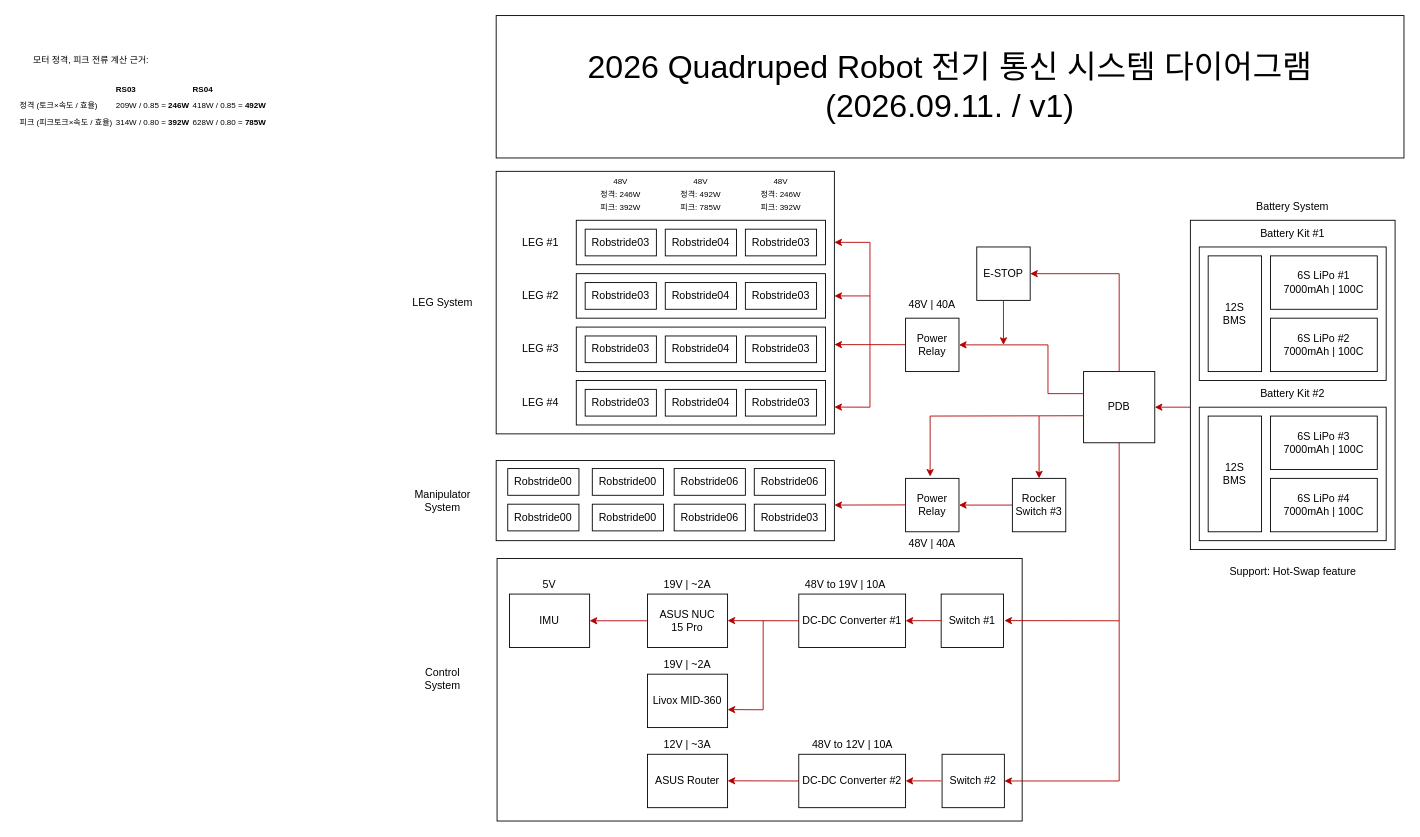
Earlier version of the draw.io diagram System_Architecture/ROBIT_2026_Quadruped_Robot_Electronic_Communication_System.drawio (kinesis19/rescue-embedded-circuit). Source tidied: cells renumbered, new cells numbered last; positions are measured from the earlier drawing's top-left corner, leaving out a move shared by most shapes. Both pictures are drawn from the tidied source at 89%, with x=0, y=0 at pixel (15, 15).
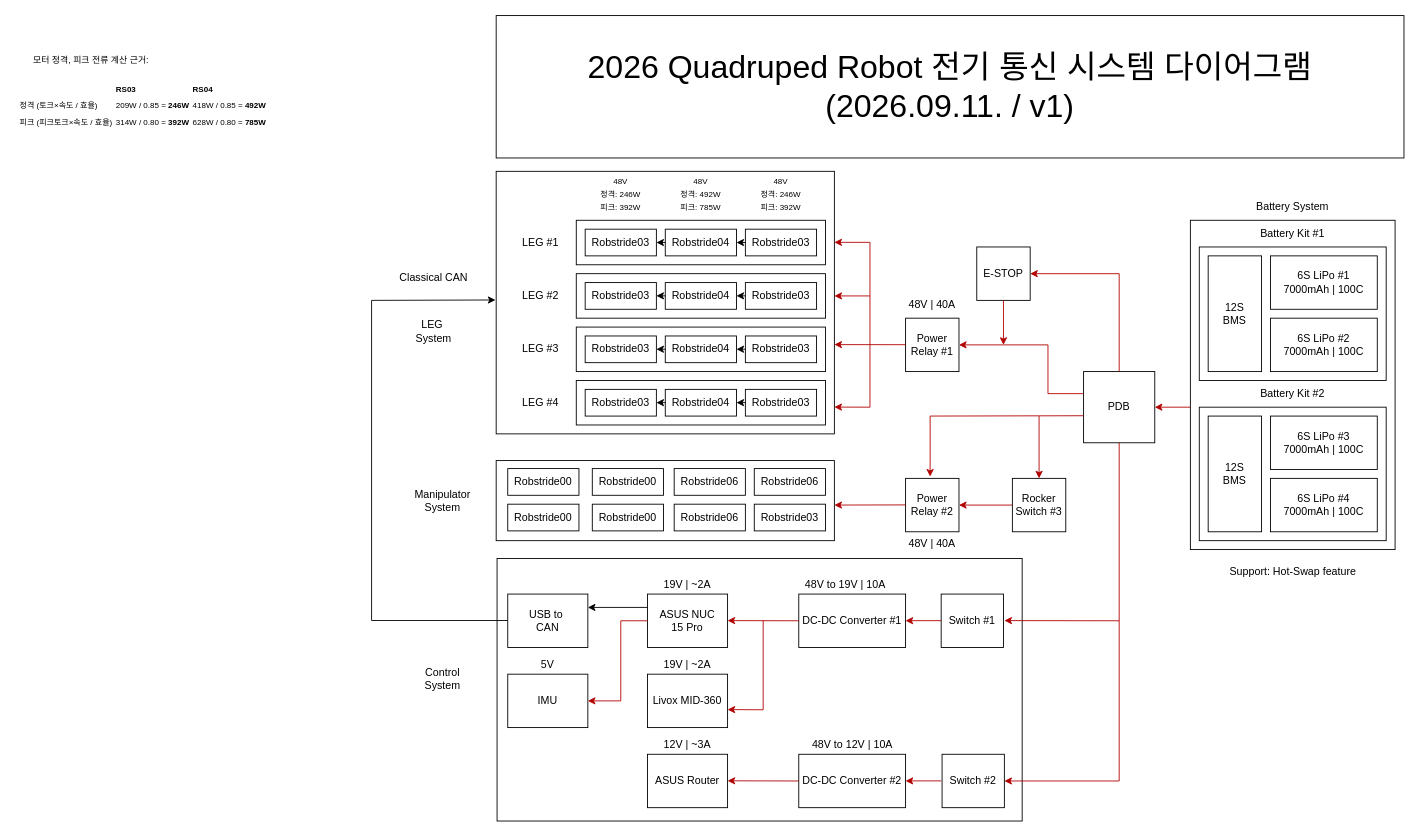
The same page after the edit.

The change refers to these unchanged cells:
```xml
<mxCell id="4" style="rounded=0;whiteSpace=wrap;html=1;" parent="1" vertex="1">
  <mxGeometry x="540" y="175" width="380" height="295" as="geometry" />
</mxCell>
<mxCell id="27" value="Robstride04" style="rounded=0;whiteSpace=wrap;html=1;" parent="1" vertex="1">
  <mxGeometry x="730" y="240" width="80" height="30" as="geometry" />
</mxCell>
<mxCell id="55" value="ASUS NUC&lt;div&gt;15 Pro&lt;/div&gt;" style="rounded=0;whiteSpace=wrap;html=1;" parent="1" vertex="1">
  <mxGeometry x="710" y="650" width="90" height="60" as="geometry" />
</mxCell>
```

Diff of the diagram source:
```diff
@@
-    <mxCell id="21" value="Power&lt;div&gt;Relay&lt;/div&gt;" style="rounded=0;whiteSpace=wrap;html=1;" parent="1" vertex="1">
+    <mxCell id="21" value="Power&lt;div&gt;Relay #1&lt;/div&gt;" style="rounded=0;whiteSpace=wrap;html=1;" parent="1" vertex="1">
       <mxGeometry x="1000" y="340" width="60" height="60" as="geometry" />
     </mxCell>
@@
     <mxCell id="66" value="IMU" style="rounded=0;whiteSpace=wrap;html=1;" parent="1" vertex="1">
-      <mxGeometry x="555" y="650" width="90" height="60" as="geometry" />
+      <mxGeometry x="553" y="740" width="90" height="60" as="geometry" />
     </mxCell>
     <mxCell id="67" style="endArrow=classic;html=1;rounded=0;fillColor=#e51400;strokeColor=light-dark(#B20000,#CC0000);exitX=0;exitY=0.5;exitDx=0;exitDy=0;entryX=1;entryY=0.5;entryDx=0;entryDy=0;" parent="1" edge="1" target="66">
       <mxGeometry relative="1" as="geometry">
         <mxPoint x="710" y="680" as="sourcePoint" />
+        <Array as="points">
+          <mxPoint x="680" y="680" />
+          <mxPoint x="680" y="770" />
+        </Array>
       </mxGeometry>
     </mxCell>
     <mxCell id="68" value="5V" style="text;html=1;whiteSpace=wrap;strokeColor=none;fillColor=none;align=center;verticalAlign=middle;rounded=0;fontColor=light-dark(#000000,#FFFFFF);labelBackgroundColor=none;labelBorderColor=none;textShadow=0;fontStyle=0;" parent="1" vertex="1">
-      <mxGeometry x="570" y="630" width="60" height="20" as="geometry" />
+      <mxGeometry x="568" y="720" width="60" height="20" as="geometry" />
     </mxCell>
-    <mxCell id="69" value="LEG System" style="text;html=1;whiteSpace=wrap;strokeColor=none;fillColor=none;align=center;verticalAlign=middle;rounded=0;" parent="1" vertex="1">
-      <mxGeometry x="440" y="307.5" width="80" height="30" as="geometry" />
+    <mxCell id="69" value="LEG&amp;nbsp;&lt;div&gt;System&lt;/div&gt;" style="text;html=1;whiteSpace=wrap;strokeColor=none;fillColor=none;align=center;verticalAlign=middle;rounded=0;" parent="1" vertex="1">
+      <mxGeometry x="430" y="340" width="80" height="30" as="geometry" />
     </mxCell>
@@
-    <mxCell id="87" value="Power&lt;div&gt;Relay&lt;/div&gt;" style="rounded=0;whiteSpace=wrap;html=1;" parent="1" vertex="1">
+    <mxCell id="87" value="Power&lt;div&gt;Relay #2&lt;/div&gt;" style="rounded=0;whiteSpace=wrap;html=1;" parent="1" vertex="1">
       <mxGeometry x="1000" y="520" width="60" height="60" as="geometry" />
     </mxCell>
@@
+    <mxCell id="96" style="endArrow=classic;html=1;rounded=0;fillColor=#e51400;strokeColor=light-dark(#000000,#00FF00);fontColor=light-dark(#000000,#00FF00);exitX=0;exitY=0.5;exitDx=0;exitDy=0;" parent="1" edge="1" source="27">
+      <mxGeometry relative="1" as="geometry">
+        <mxPoint x="720" y="255" as="targetPoint" />
+      </mxGeometry>
+    </mxCell>
+    <mxCell id="97" style="endArrow=classic;html=1;rounded=0;fillColor=#e51400;strokeColor=light-dark(#000000,#00FF00);fontColor=light-dark(#000000,#00FF00);exitX=0;exitY=0.5;exitDx=0;exitDy=0;" parent="1" edge="1">
+      <mxGeometry relative="1" as="geometry">
+        <mxPoint x="820" y="255" as="sourcePoint" />
+        <mxPoint x="810" y="255" as="targetPoint" />
+      </mxGeometry>
+    </mxCell>
+    <mxCell id="98" style="endArrow=classic;html=1;rounded=0;fillColor=#e51400;strokeColor=light-dark(#000000,#00FF00);fontColor=light-dark(#000000,#00FF00);exitX=0;exitY=0.5;exitDx=0;exitDy=0;" parent="1" edge="1">
+      <mxGeometry relative="1" as="geometry">
+        <mxPoint x="730" y="314.9" as="sourcePoint" />
+        <mxPoint x="720" y="314.9" as="targetPoint" />
+        <Array as="points">
+          <mxPoint x="730" y="314.9" />
+        </Array>
+      </mxGeometry>
+    </mxCell>
+    <mxCell id="99" style="endArrow=classic;html=1;rounded=0;fillColor=#e51400;strokeColor=light-dark(#000000,#00FF00);fontColor=light-dark(#000000,#00FF00);exitX=0;exitY=0.5;exitDx=0;exitDy=0;" parent="1" edge="1">
+      <mxGeometry relative="1" as="geometry">
+        <mxPoint x="820" y="314.9" as="sourcePoint" />
+        <mxPoint x="810" y="314.9" as="targetPoint" />
+      </mxGeometry>
+    </mxCell>
+    <mxCell id="100" style="endArrow=classic;html=1;rounded=0;fillColor=#e51400;strokeColor=light-dark(#000000,#00FF00);fontColor=light-dark(#000000,#00FF00);exitX=0;exitY=0.5;exitDx=0;exitDy=0;" parent="1" edge="1">
+      <mxGeometry relative="1" as="geometry">
+        <mxPoint x="730" y="374.9" as="sourcePoint" />
+        <mxPoint x="720" y="374.9" as="targetPoint" />
+        <Array as="points">
+          <mxPoint x="730" y="374.9" />
+        </Array>
+      </mxGeometry>
+    </mxCell>
+    <mxCell id="101" style="endArrow=classic;html=1;rounded=0;fillColor=#e51400;strokeColor=light-dark(#000000,#00FF00);fontColor=light-dark(#000000,#00FF00);exitX=0;exitY=0.5;exitDx=0;exitDy=0;" parent="1" edge="1">
+      <mxGeometry relative="1" as="geometry">
+        <mxPoint x="820" y="374.9" as="sourcePoint" />
+        <mxPoint x="810" y="374.9" as="targetPoint" />
+      </mxGeometry>
+    </mxCell>
+    <mxCell id="102" style="endArrow=classic;html=1;rounded=0;fillColor=#e51400;strokeColor=light-dark(#000000,#00FF00);fontColor=light-dark(#000000,#00FF00);exitX=0;exitY=0.5;exitDx=0;exitDy=0;" parent="1" edge="1">
+      <mxGeometry relative="1" as="geometry">
+        <mxPoint x="730" y="434.9" as="sourcePoint" />
+        <mxPoint x="720" y="434.9" as="targetPoint" />
+        <Array as="points">
+          <mxPoint x="730" y="434.9" />
+        </Array>
+      </mxGeometry>
+    </mxCell>
+    <mxCell id="103" style="endArrow=classic;html=1;rounded=0;fillColor=#e51400;strokeColor=light-dark(#000000,#00FF00);fontColor=light-dark(#000000,#00FF00);exitX=0;exitY=0.5;exitDx=0;exitDy=0;" parent="1" edge="1">
+      <mxGeometry relative="1" as="geometry">
+        <mxPoint x="820" y="434.9" as="sourcePoint" />
+        <mxPoint x="810" y="434.9" as="targetPoint" />
+      </mxGeometry>
+    </mxCell>
+    <mxCell id="104" value="USB to&amp;nbsp;&lt;div&gt;CAN&lt;/div&gt;" style="rounded=0;whiteSpace=wrap;html=1;" parent="1" vertex="1">
+      <mxGeometry x="553" y="650" width="90" height="60" as="geometry" />
+    </mxCell>
+    <mxCell id="105" style="endArrow=classic;html=1;rounded=0;fillColor=#e51400;strokeColor=light-dark(#000000,#00FF00);fontColor=light-dark(#000000,#00FF00);exitX=0;exitY=0.25;exitDx=0;exitDy=0;entryX=1;entryY=0.25;entryDx=0;entryDy=0;" parent="1" edge="1" source="55" target="104">
+      <mxGeometry relative="1" as="geometry" />
+    </mxCell>
+    <mxCell id="106" style="endArrow=classic;html=1;rounded=0;fillColor=#e51400;strokeColor=light-dark(#000000,#00FF00);fontColor=light-dark(#000000,#00FF00);exitX=0;exitY=0.25;exitDx=0;exitDy=0;entryX=-0.002;entryY=0.49;entryDx=0;entryDy=0;entryPerimeter=0;" parent="1" edge="1" target="4">
+      <mxGeometry relative="1" as="geometry">
+        <mxPoint x="553" y="679.7" as="sourcePoint" />
+        <Array as="points">
+          <mxPoint x="400" y="679.7" />
+          <mxPoint x="400" y="320" />
+        </Array>
+      </mxGeometry>
+    </mxCell>
+    <mxCell id="107" value="Classical CAN" style="text;html=1;whiteSpace=wrap;strokeColor=none;fillColor=none;align=center;verticalAlign=middle;rounded=0;" parent="1" vertex="1">
+      <mxGeometry x="430" y="280" width="80" height="30" as="geometry" />
+    </mxCell>
```
